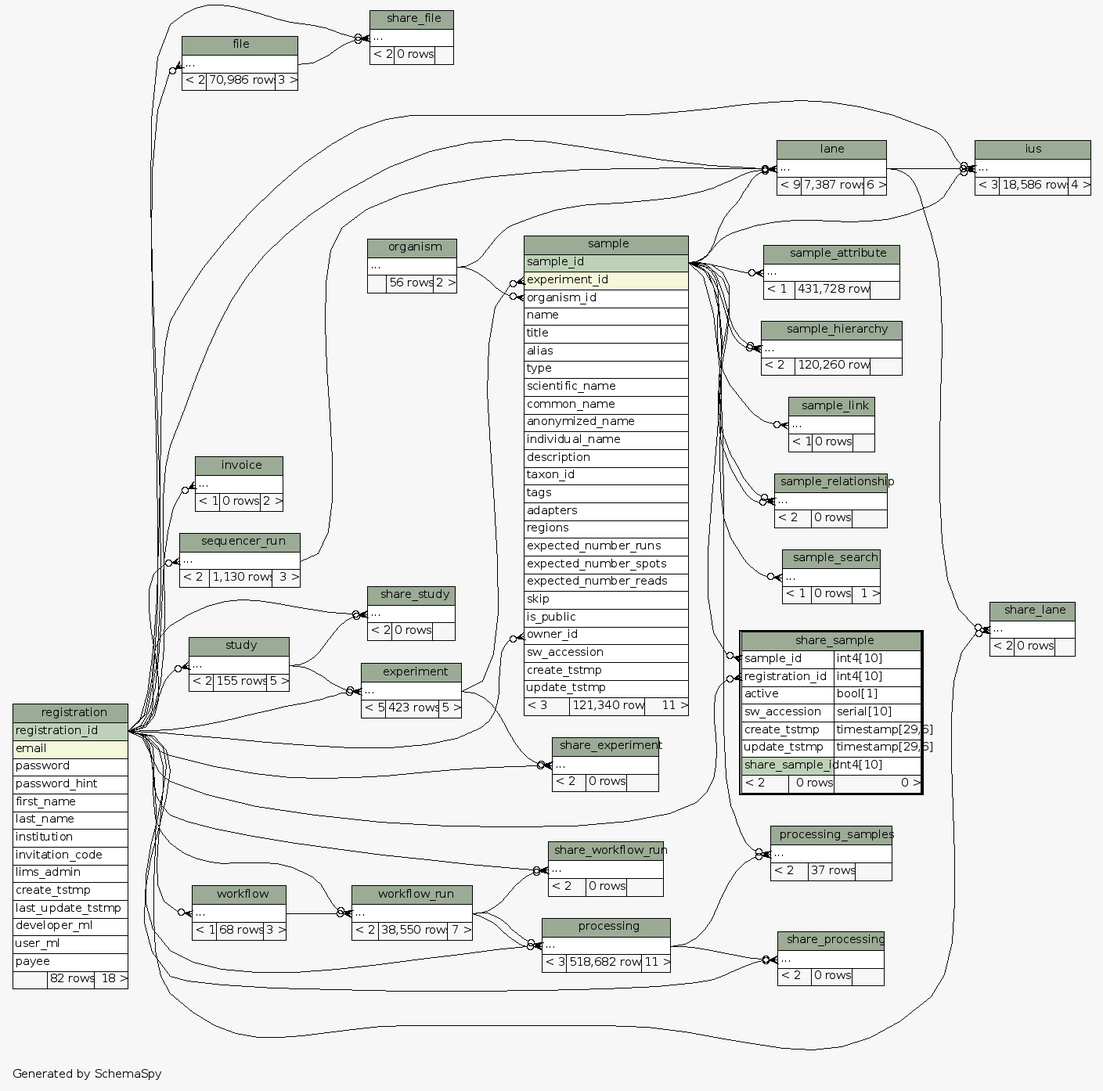
This is metadb-schema/diagrams/share_sample.2degrees.png from SeqWare/seqware.github.com, a Graphviz export, as it was before one commit. Its source is kept beside it as metadb-schema/diagrams/share_sample.2degrees.dot.
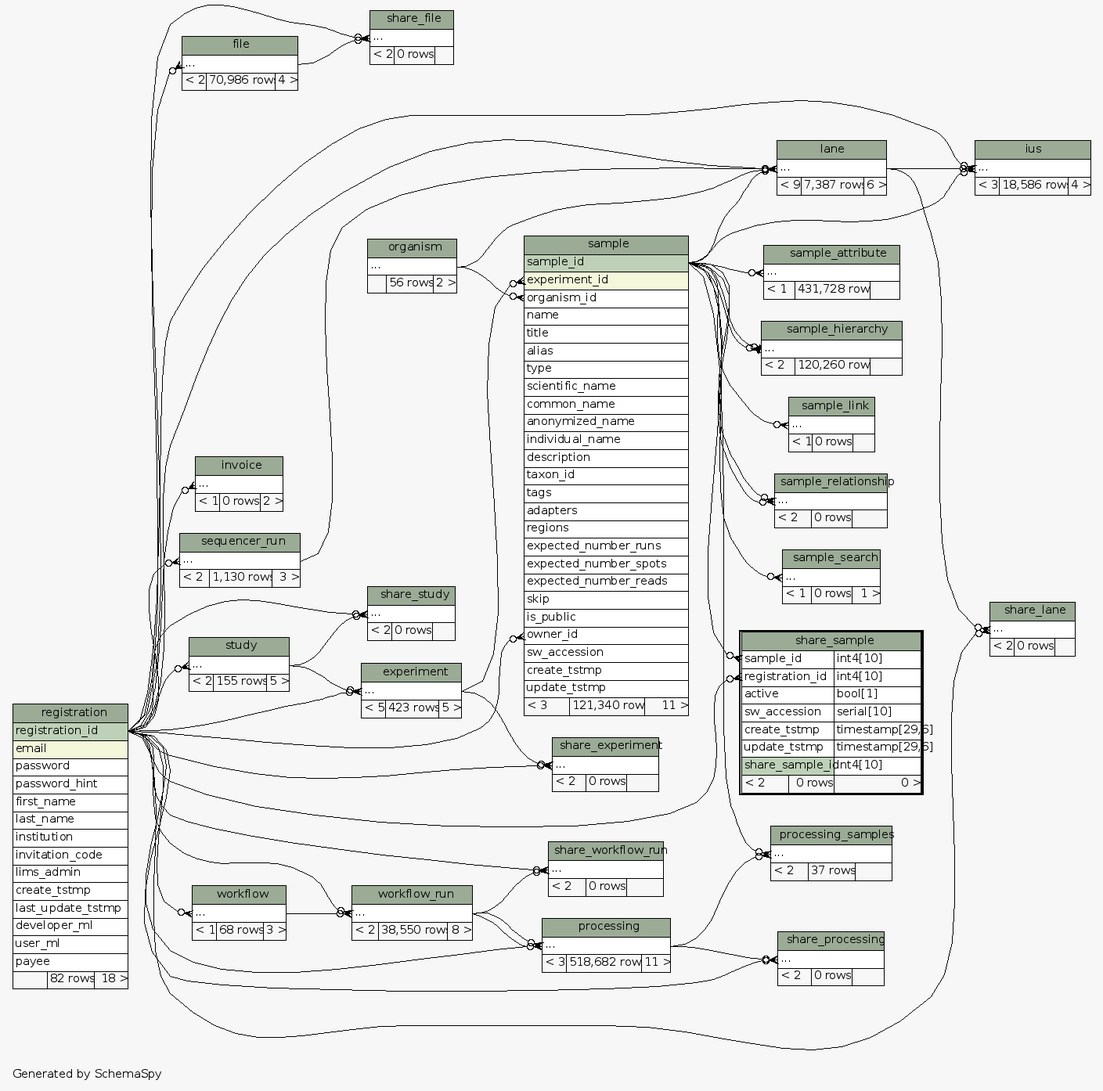
After the change.

Diff of the diagram source:
```diff
@@ -38,7 +38,7 @@
   "sample":"owner_id":w -> "registration":"registration_id":e [arrowhead=none dir=back arrowtail=crowodot];
   "sample_attribute":"elipses":w -> "sample":"sample_id":e [arrowhead=none dir=back arrowtail=crowodot];
   "sample_hierarchy":"elipses":w -> "sample":"sample_id":e [arrowhead=none dir=back arrowtail=crowodot];
-  "sample_hierarchy":"elipses":w -> "sample":"sample_id":e [arrowhead=none dir=back arrowtail=crowodot];
+  "sample_hierarchy":"elipses":w -> "sample":"sample_id":e [arrowhead=none dir=back arrowtail=teeodot];
   "sample_link":"elipses":w -> "sample":"sample_id":e [arrowhead=none dir=back arrowtail=crowodot];
   "sample_relationship":"elipses":w -> "sample":"sample_id":e [arrowhead=none dir=back arrowtail=crowodot];
   "sample_relationship":"elipses":w -> "sample":"sample_id":e [arrowhead=none dir=back arrowtail=crowodot];
@@ -77,7 +77,7 @@
     <TABLE BORDER="0" CELLBORDER="1" CELLSPACING="0" BGCOLOR="#ffffff">
       <TR><TD COLSPAN="3" BGCOLOR="#9bab96" ALIGN="CENTER">file</TD></TR>
       <TR><TD PORT="elipses" COLSPAN="3" ALIGN="LEFT">...</TD></TR>
-      <TR><TD ALIGN="LEFT" BGCOLOR="#f7f7f7">&lt; 2</TD><TD ALIGN="RIGHT" BGCOLOR="#f7f7f7">70,986 rows</TD><TD ALIGN="RIGHT" BGCOLOR="#f7f7f7">3 &gt;</TD></TR>
+      <TR><TD ALIGN="LEFT" BGCOLOR="#f7f7f7">&lt; 2</TD><TD ALIGN="RIGHT" BGCOLOR="#f7f7f7">70,986 rows</TD><TD ALIGN="RIGHT" BGCOLOR="#f7f7f7">4 &gt;</TD></TR>
     </TABLE>>
     URL="file.html"
     tooltip="file"
@@ -360,7 +360,7 @@
     <TABLE BORDER="0" CELLBORDER="1" CELLSPACING="0" BGCOLOR="#ffffff">
       <TR><TD COLSPAN="3" BGCOLOR="#9bab96" ALIGN="CENTER">workflow_run</TD></TR>
       <TR><TD PORT="elipses" COLSPAN="3" ALIGN="LEFT">...</TD></TR>
-      <TR><TD ALIGN="LEFT" BGCOLOR="#f7f7f7">&lt; 2</TD><TD ALIGN="RIGHT" BGCOLOR="#f7f7f7">38,550 rows</TD><TD ALIGN="RIGHT" BGCOLOR="#f7f7f7">7 &gt;</TD></TR>
+      <TR><TD ALIGN="LEFT" BGCOLOR="#f7f7f7">&lt; 2</TD><TD ALIGN="RIGHT" BGCOLOR="#f7f7f7">38,550 rows</TD><TD ALIGN="RIGHT" BGCOLOR="#f7f7f7">8 &gt;</TD></TR>
     </TABLE>>
     URL="workflow_run.html"
     tooltip="workflow_run"
```
